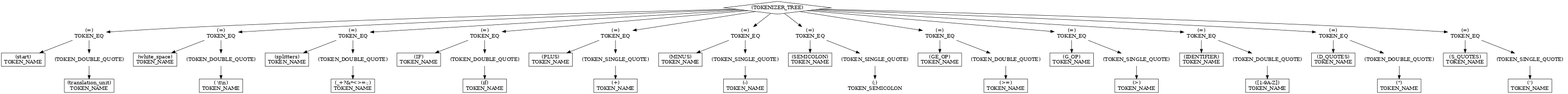
The Graphviz diagram graph.png in 1mchlkrpch/Rebecca, before a commit. Its source is kept beside it as graph.dot.
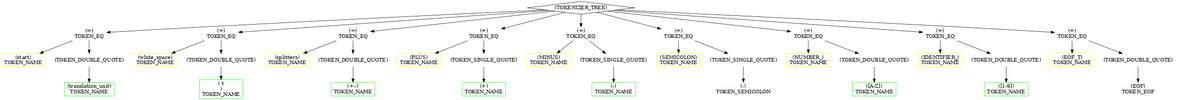
The same file after the commit.

The edit, as a diff of the source:
```diff
@@ -1,102 +1,78 @@
 digraph G{
 	graph [dpi=50];
 
-	n94417501236336 [shape="diamond" color="black" label="(TOKENIZER_TREE)\n"]
-	n94417501237536 [shape="none" color="black" label="(=)\nTOKEN_EQ"]
-	n94417501237120 [shape="rectangle" color="black" label="(start)\nTOKEN_NAME"]
-	n94417501238352 [shape="none" color="black" label="(TOKEN_DOUBLE_QUOTE)\n"]
-	n94417501237984 [shape="rectangle" color="black" label="(translation_unit)\nTOKEN_NAME"]
-	n94417501239168 [shape="none" color="black" label="(=)\nTOKEN_EQ"]
-	n94417501238800 [shape="rectangle" color="black" label="(white_space)\nTOKEN_NAME"]
-	n94417501239984 [shape="none" color="black" label="(TOKEN_DOUBLE_QUOTE)\n"]
-	n94417501239616 [shape="rectangle" color="black" label="( \\t\\n)\nTOKEN_NAME"]
-	n94417501240848 [shape="none" color="black" label="(=)\nTOKEN_EQ"]
-	n94417501240432 [shape="rectangle" color="black" label="(splitters)\nTOKEN_NAME"]
-	n94417501241664 [shape="none" color="black" label="(TOKEN_DOUBLE_QUOTE)\n"]
-	n94417501241296 [shape="rectangle" color="black" label="(_+?&*<>=:;)\nTOKEN_NAME"]
-	n94417501242480 [shape="none" color="black" label="(=)\nTOKEN_EQ"]
-	n94417501242112 [shape="rectangle" color="black" label="(IF)\nTOKEN_NAME"]
-	n94417501243296 [shape="none" color="black" label="(TOKEN_DOUBLE_QUOTE)\n"]
-	n94417501242928 [shape="rectangle" color="black" label="(if)\nTOKEN_NAME"]
-	n94417501244192 [shape="none" color="black" label="(=)\nTOKEN_EQ"]
-	n94417501243744 [shape="rectangle" color="black" label="(PLUS)\nTOKEN_NAME"]
-	n94417501245008 [shape="none" color="black" label="(TOKEN_SINGLE_QUOTE)\n"]
-	n94417501244640 [shape="rectangle" color="black" label="(+)\nTOKEN_NAME"]
-	n94417501245824 [shape="none" color="black" label="(=)\nTOKEN_EQ"]
-	n94417501245456 [shape="rectangle" color="black" label="(MINUS)\nTOKEN_NAME"]
-	n94417501246640 [shape="none" color="black" label="(TOKEN_SINGLE_QUOTE)\n"]
-	n94417501246272 [shape="rectangle" color="black" label="(-)\nTOKEN_NAME"]
-	n94417501247456 [shape="none" color="black" label="(=)\nTOKEN_EQ"]
-	n94417501247088 [shape="rectangle" color="black" label="(SEMICOLON)\nTOKEN_NAME"]
-	n94417501248272 [shape="none" color="black" label="(TOKEN_SINGLE_QUOTE)\n"]
-	n94417501247904 [shape="none" color="black" label="(;)\nTOKEN_SEMICOLON"]
-	n94417501249088 [shape="none" color="black" label="(=)\nTOKEN_EQ"]
-	n94417501248720 [shape="rectangle" color="black" label="(GE_OP)\nTOKEN_NAME"]
-	n94417501249904 [shape="none" color="black" label="(TOKEN_DOUBLE_QUOTE)\n"]
-	n94417501249536 [shape="rectangle" color="black" label="(>=)\nTOKEN_NAME"]
-	n94417501250864 [shape="none" color="black" label="(=)\nTOKEN_EQ"]
-	n94417501250352 [shape="rectangle" color="black" label="(G_OP)\nTOKEN_NAME"]
-	n94417501251680 [shape="none" color="black" label="(TOKEN_SINGLE_QUOTE)\n"]
-	n94417501251312 [shape="rectangle" color="black" label="(>)\nTOKEN_NAME"]
-	n94417501252496 [shape="none" color="black" label="(=)\nTOKEN_EQ"]
-	n94417501252128 [shape="rectangle" color="black" label="(IDENTIFIER)\nTOKEN_NAME"]
-	n94417501253312 [shape="none" color="black" label="(TOKEN_DOUBLE_QUOTE)\n"]
-	n94417501252944 [shape="rectangle" color="black" label="([1-9A-Z])\nTOKEN_NAME"]
-	n94417501254128 [shape="none" color="black" label="(=)\nTOKEN_EQ"]
-	n94417501253760 [shape="rectangle" color="black" label="(D_QUOTES)\nTOKEN_NAME"]
-	n94417501254944 [shape="none" color="black" label="(TOKEN_DOUBLE_QUOTE)\n"]
-	n94417501254576 [shape="rectangle" color="black" label="(\")\nTOKEN_NAME"]
-	n94417501255760 [shape="none" color="black" label="(=)\nTOKEN_EQ"]
-	n94417501255392 [shape="rectangle" color="black" label="(S_QUOTES)\nTOKEN_NAME"]
-	n94417501256576 [shape="none" color="black" label="(TOKEN_SINGLE_QUOTE)\n"]
-	n94417501256208 [shape="rectangle" color="black" label="(\')\nTOKEN_NAME"]
+	n94500339126352 [shape="diamond" color="black" label="(TOKENIZER_TREE)\n"]
+	n94500339127552 [shape="none" color="black" label="(=)\nTOKEN_EQ"]
+	n94500339127136 [shape="rectangle" color="yellow" label="(start)\nTOKEN_NAME"]
+	n94500339128368 [shape="none" color="black" label="(TOKEN_DOUBLE_QUOTE)\n"]
+	n94500339128000 [shape="rectangle" color="green" label="(translation_unit)\nTOKEN_NAME"]
+	n94500339129184 [shape="none" color="black" label="(=)\nTOKEN_EQ"]
+	n94500339128816 [shape="rectangle" color="yellow" label="(white_space)\nTOKEN_NAME"]
+	n94500339130000 [shape="none" color="black" label="(TOKEN_DOUBLE_QUOTE)\n"]
+	n94500339129632 [shape="rectangle" color="green" label="( \t\n)\nTOKEN_NAME"]
+	n94500339130864 [shape="none" color="black" label="(=)\nTOKEN_EQ"]
+	n94500339130448 [shape="rectangle" color="yellow" label="(splitters)\nTOKEN_NAME"]
+	n94500339131680 [shape="none" color="black" label="(TOKEN_DOUBLE_QUOTE)\n"]
+	n94500339131312 [shape="rectangle" color="green" label="(+-;)\nTOKEN_NAME"]
+	n94500339132496 [shape="none" color="black" label="(=)\nTOKEN_EQ"]
+	n94500339132128 [shape="rectangle" color="yellow" label="(PLUS)\nTOKEN_NAME"]
+	n94500339133312 [shape="none" color="black" label="(TOKEN_SINGLE_QUOTE)\n"]
+	n94500339132944 [shape="rectangle" color="green" label="(+)\nTOKEN_NAME"]
+	n94500339134208 [shape="none" color="black" label="(=)\nTOKEN_EQ"]
+	n94500339133760 [shape="rectangle" color="yellow" label="(MINUS)\nTOKEN_NAME"]
+	n94500339135024 [shape="none" color="black" label="(TOKEN_SINGLE_QUOTE)\n"]
+	n94500339134656 [shape="rectangle" color="green" label="(-)\nTOKEN_NAME"]
+	n94500339135840 [shape="none" color="black" label="(=)\nTOKEN_EQ"]
+	n94500339135472 [shape="rectangle" color="yellow" label="(SEMICOLON)\nTOKEN_NAME"]
+	n94500339136656 [shape="none" color="black" label="(TOKEN_SINGLE_QUOTE)\n"]
+	n94500339136288 [shape="none" color="black" label="(;)\nTOKEN_SEMICOLON"]
+	n94500339137472 [shape="none" color="black" label="(=)\nTOKEN_EQ"]
+	n94500339137104 [shape="rectangle" color="yellow" label="(NUMBER_)\nTOKEN_NAME"]
+	n94500339138288 [shape="none" color="black" label="(TOKEN_DOUBLE_QUOTE)\n"]
+	n94500339137920 [shape="rectangle" color="green" label="([A-Z])\nTOKEN_NAME"]
+	n94500339139104 [shape="none" color="black" label="(=)\nTOKEN_EQ"]
+	n94500339138736 [shape="rectangle" color="yellow" label="(IDENTIFIER_)\nTOKEN_NAME"]
+	n94500339139920 [shape="none" color="black" label="(TOKEN_DOUBLE_QUOTE)\n"]
+	n94500339139552 [shape="rectangle" color="green" label="([1-9])\nTOKEN_NAME"]
+	n94500339140880 [shape="none" color="black" label="(=)\nTOKEN_EQ"]
+	n94500339140368 [shape="rectangle" color="yellow" label="(EOF_T)\nTOKEN_NAME"]
+	n94500339141696 [shape="none" color="black" label="(TOKEN_DOUBLE_QUOTE)\n"]
+	n94500339141328 [shape="none" color="black" label="(EOF)\nTOKEN_EOF"]
 
-	n94417501236336 -> n94417501237536
-	n94417501236336 -> n94417501239168
-	n94417501236336 -> n94417501240848
-	n94417501236336 -> n94417501242480
-	n94417501236336 -> n94417501244192
-	n94417501236336 -> n94417501245824
-	n94417501236336 -> n94417501247456
-	n94417501236336 -> n94417501249088
-	n94417501236336 -> n94417501250864
-	n94417501236336 -> n94417501252496
-	n94417501236336 -> n94417501254128
-	n94417501236336 -> n94417501255760
-	n94417501237536 -> n94417501237120
-	n94417501237536 -> n94417501238352
-	n94417501238352 -> n94417501237984
-	n94417501239168 -> n94417501238800
-	n94417501239168 -> n94417501239984
-	n94417501239984 -> n94417501239616
-	n94417501240848 -> n94417501240432
-	n94417501240848 -> n94417501241664
-	n94417501241664 -> n94417501241296
-	n94417501242480 -> n94417501242112
-	n94417501242480 -> n94417501243296
-	n94417501243296 -> n94417501242928
-	n94417501244192 -> n94417501243744
-	n94417501244192 -> n94417501245008
-	n94417501245008 -> n94417501244640
-	n94417501245824 -> n94417501245456
-	n94417501245824 -> n94417501246640
-	n94417501246640 -> n94417501246272
-	n94417501247456 -> n94417501247088
-	n94417501247456 -> n94417501248272
-	n94417501248272 -> n94417501247904
-	n94417501249088 -> n94417501248720
-	n94417501249088 -> n94417501249904
-	n94417501249904 -> n94417501249536
-	n94417501250864 -> n94417501250352
-	n94417501250864 -> n94417501251680
-	n94417501251680 -> n94417501251312
-	n94417501252496 -> n94417501252128
-	n94417501252496 -> n94417501253312
-	n94417501253312 -> n94417501252944
-	n94417501254128 -> n94417501253760
-	n94417501254128 -> n94417501254944
-	n94417501254944 -> n94417501254576
-	n94417501255760 -> n94417501255392
-	n94417501255760 -> n94417501256576
-	n94417501256576 -> n94417501256208
+	n94500339126352 -> n94500339127552
+	n94500339126352 -> n94500339129184
+	n94500339126352 -> n94500339130864
+	n94500339126352 -> n94500339132496
+	n94500339126352 -> n94500339134208
+	n94500339126352 -> n94500339135840
+	n94500339126352 -> n94500339137472
+	n94500339126352 -> n94500339139104
+	n94500339126352 -> n94500339140880
+	n94500339127552 -> n94500339127136
+	n94500339127552 -> n94500339128368
+	n94500339128368 -> n94500339128000
+	n94500339129184 -> n94500339128816
+	n94500339129184 -> n94500339130000
+	n94500339130000 -> n94500339129632
+	n94500339130864 -> n94500339130448
+	n94500339130864 -> n94500339131680
+	n94500339131680 -> n94500339131312
+	n94500339132496 -> n94500339132128
+	n94500339132496 -> n94500339133312
+	n94500339133312 -> n94500339132944
+	n94500339134208 -> n94500339133760
+	n94500339134208 -> n94500339135024
+	n94500339135024 -> n94500339134656
+	n94500339135840 -> n94500339135472
+	n94500339135840 -> n94500339136656
+	n94500339136656 -> n94500339136288
+	n94500339137472 -> n94500339137104
+	n94500339137472 -> n94500339138288
+	n94500339138288 -> n94500339137920
+	n94500339139104 -> n94500339138736
+	n94500339139104 -> n94500339139920
+	n94500339139920 -> n94500339139552
+	n94500339140880 -> n94500339140368
+	n94500339140880 -> n94500339141696
+	n94500339141696 -> n94500339141328
 }
```
